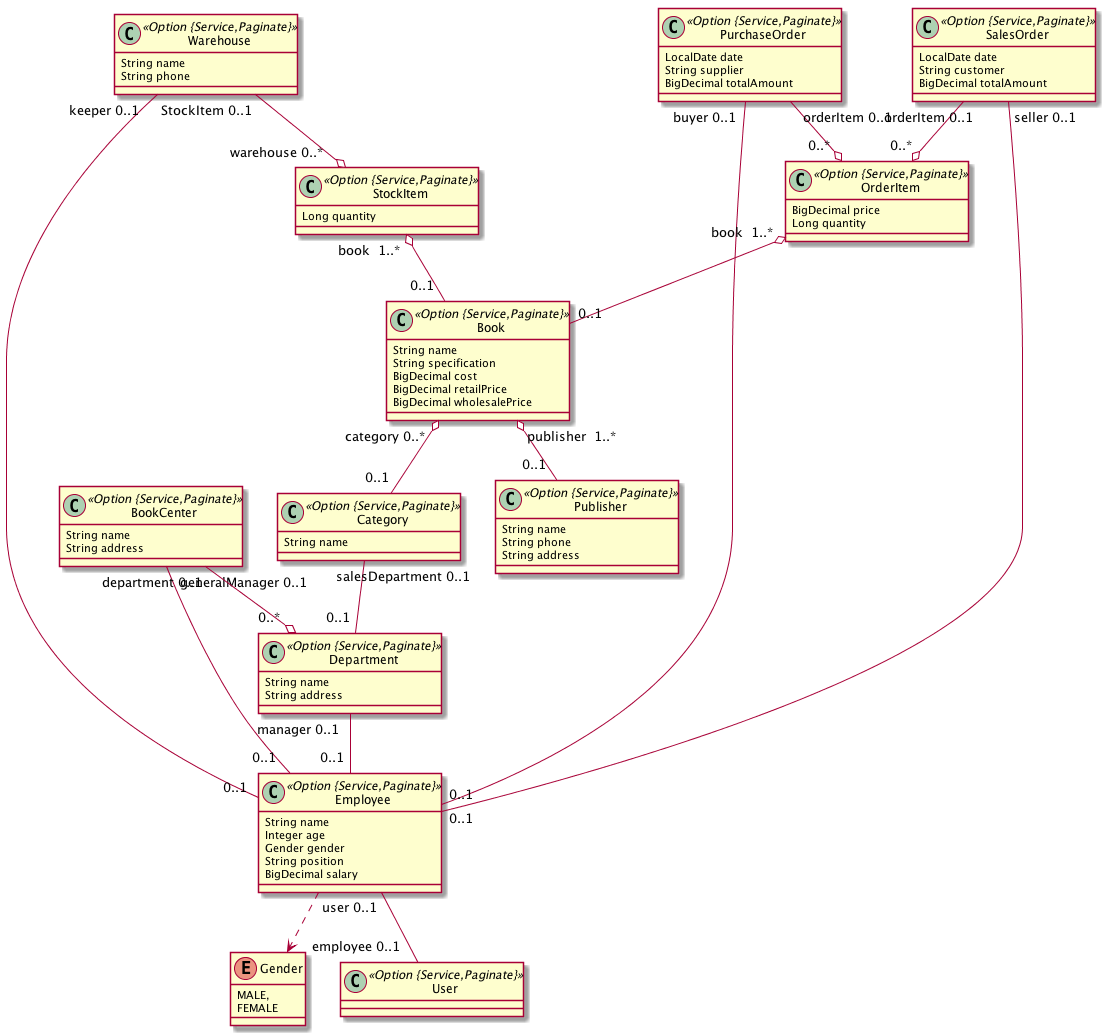
Above: BookCenter.png in henryL1N/bookcenter (PlantUML), before the change.
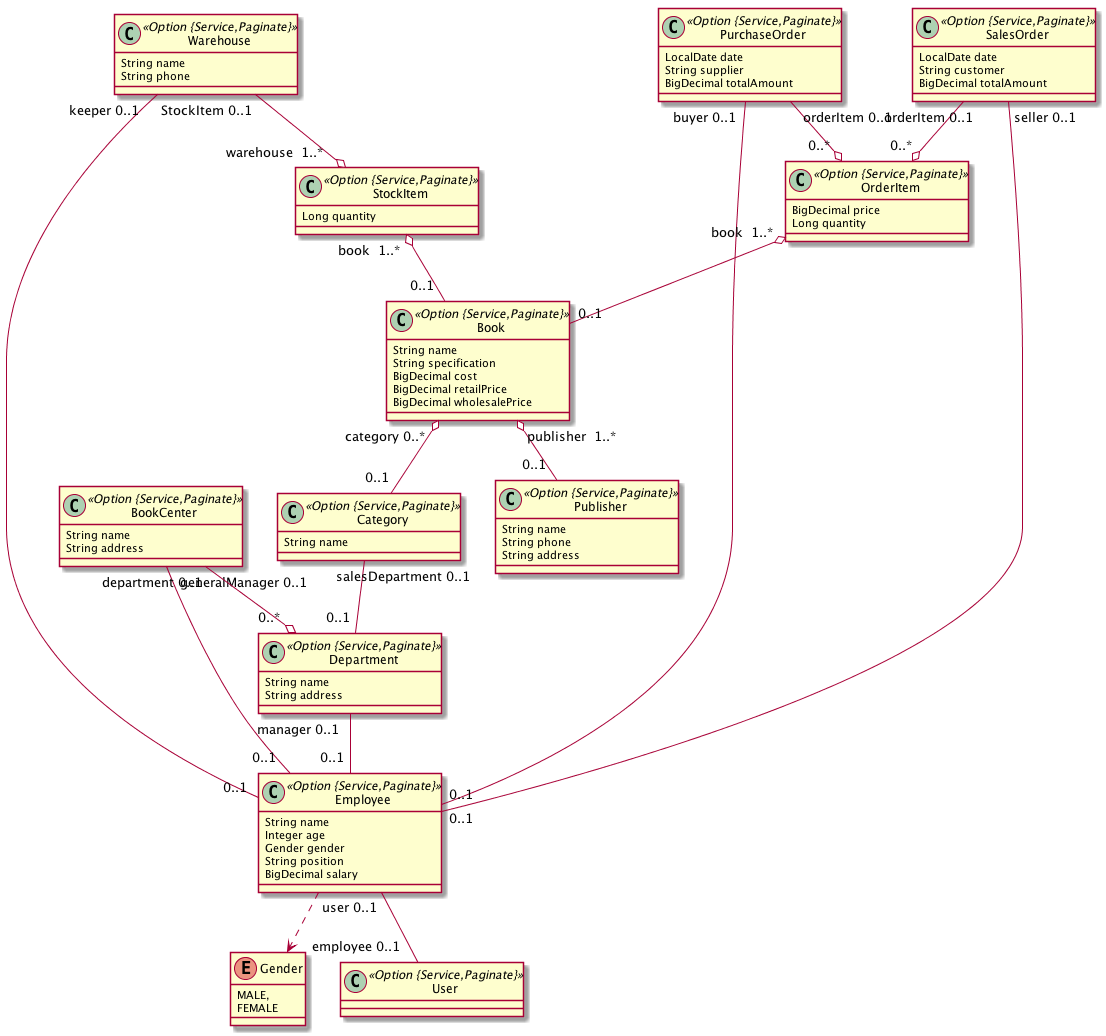
After the change.

The edit, as a diff of the source:
```diff
@@ -65,12 +65,12 @@
 	SalesOrder  "seller 0..1 " -- "0..1 "  Employee
 	BookCenter  "department 0..1 " --o "0..* "  Department
 	PurchaseOrder  "orderItem 0..1 " --o "0..* "  OrderItem
+	Warehouse  "StockItem 0..1 " --o "warehouse  1..* "  StockItem
 	SalesOrder  "orderItem 0..1 " --o "0..* "  OrderItem
 	OrderItem  "book  1..* " o-- "0..1 "  Book
 	StockItem  "book  1..* " o-- "0..1 "  Book
 	Book  "publisher  1..* " o-- "0..1 "  Publisher
 	Book  "category 0..* " o-- "0..1 "  Category
-	Warehouse  "StockItem 0..1 " --o "warehouse 0..* "  StockItem
 	class User <<Option {Service,Paginate}>> {
 	}
 @enduml
```
